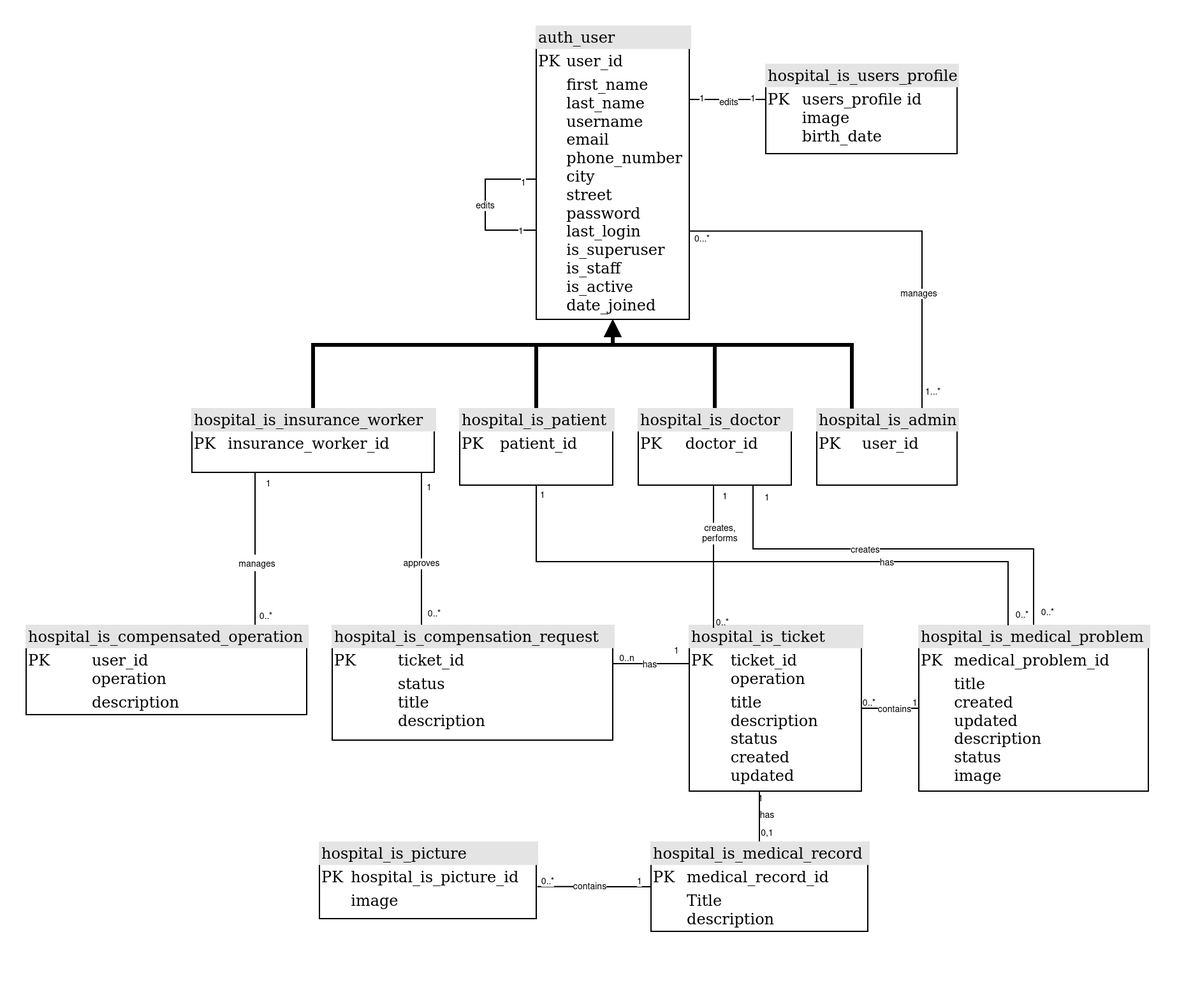
Before: docs/db.png, a diagram exported from draw.io (adosix/hospital-information-system). Source tidied: cells renumbered, new cells last; positions are measured from the earlier drawing's top-left corner, leaving out a move shared by most shapes.
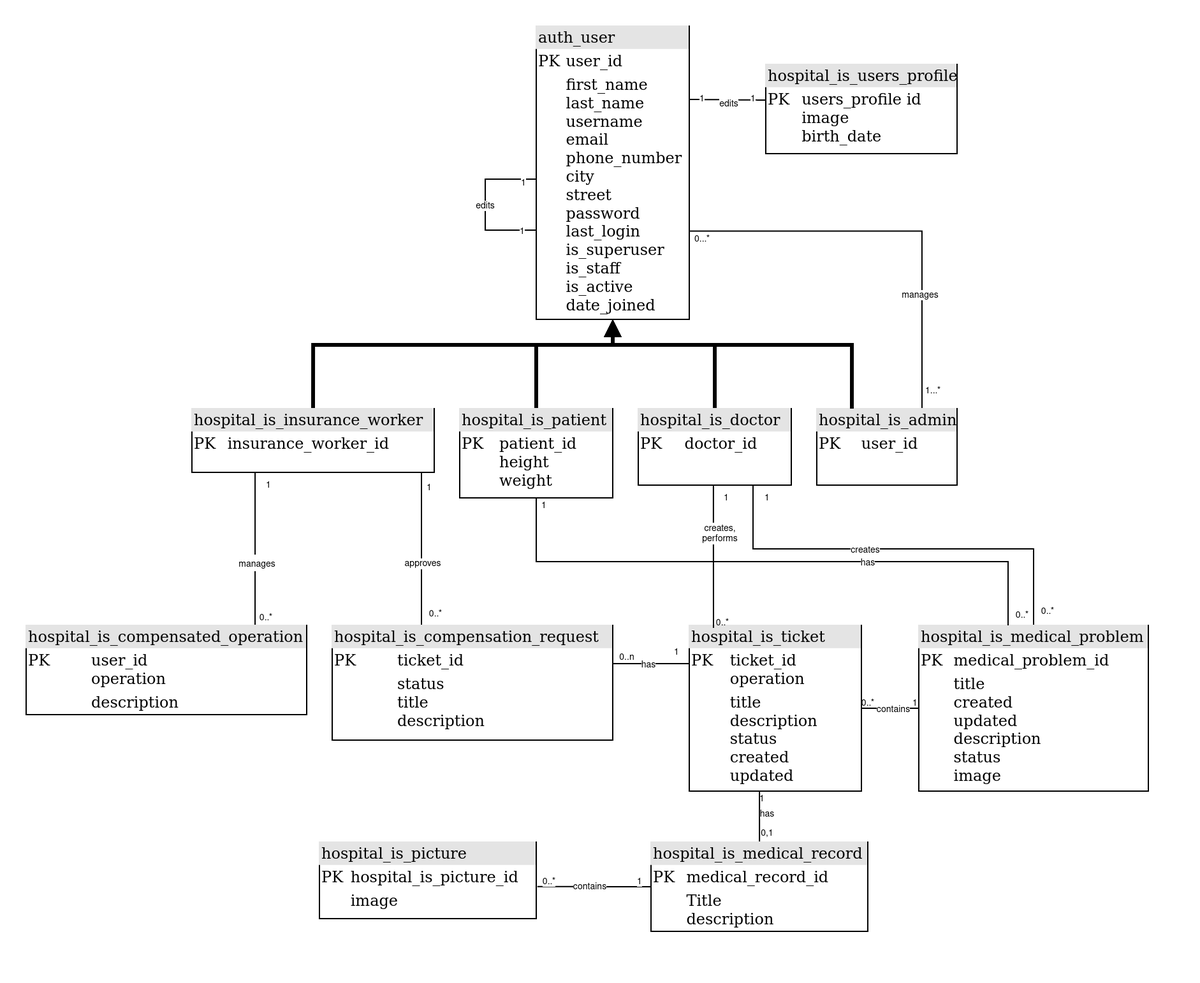
After the change.

Change to the diagram source:
```diff
@@ -267,7 +267,7 @@
     </mxCell>
     <mxCell id="51" value="has" style="edgeLabel;html=1;align=center;verticalAlign=middle;fontSize=7;" parent="50" vertex="1">
       <mxGeometry x="-0.16" y="1" relative="1" as="geometry">
-        <mxPoint x="133.5" y="1" as="offset" />
+        <mxPoint x="113.3" y="1" as="offset" />
       </mxGeometry>
     </mxCell>
     <mxCell id="52" value="1" style="edgeLabel;html=1;align=center;verticalAlign=middle;fontSize=7;" parent="50" vertex="1">
@@ -280,8 +280,8 @@
         <mxPoint x="10" y="7" as="offset" />
       </mxGeometry>
     </mxCell>
-    <mxCell id="54" value="&lt;div style=&quot;box-sizing: border-box ; width: 100% ; background: #e4e4e4 ; padding: 2px&quot;&gt;hospital_is_patient&lt;/div&gt;&lt;table style=&quot;width: 100% ; font-size: 1em&quot; cellspacing=&quot;0&quot; cellpadding=&quot;2&quot;&gt;&lt;tbody&gt;&lt;tr&gt;&lt;td&gt;PK&lt;br&gt;&lt;/td&gt;&lt;td&gt;patient_id&lt;br&gt;&lt;/td&gt;&lt;/tr&gt;&lt;tr&gt;&lt;td&gt;&lt;br&gt;&lt;/td&gt;&lt;td&gt;&lt;br&gt;&lt;br&gt;&lt;br&gt;&lt;/td&gt;&lt;/tr&gt;&lt;tr&gt;&lt;td&gt;&lt;br&gt;&lt;/td&gt;&lt;td&gt;&lt;br&gt;&lt;/td&gt;&lt;/tr&gt;&lt;/tbody&gt;&lt;/table&gt;" style="verticalAlign=top;align=left;overflow=fill;html=1;rounded=0;shadow=0;comic=0;labelBackgroundColor=none;strokeWidth=1;fontFamily=Verdana;fontSize=12;" parent="1" vertex="1">
-      <mxGeometry x="360" y="320" width="120" height="60" as="geometry" />
+    <mxCell id="54" value="&lt;div style=&quot;box-sizing: border-box ; width: 100% ; background: #e4e4e4 ; padding: 2px&quot;&gt;hospital_is_patient&lt;/div&gt;&lt;table style=&quot;width: 100% ; font-size: 1em&quot; cellspacing=&quot;0&quot; cellpadding=&quot;2&quot;&gt;&lt;tbody&gt;&lt;tr&gt;&lt;td&gt;PK&lt;br&gt;&lt;br&gt;&lt;br&gt;&lt;/td&gt;&lt;td&gt;patient_id&lt;br&gt;height&lt;br&gt;weight&lt;br&gt;&lt;/td&gt;&lt;/tr&gt;&lt;tr&gt;&lt;td&gt;&lt;br&gt;&lt;/td&gt;&lt;td&gt;&lt;br&gt;&lt;br&gt;&lt;br&gt;&lt;/td&gt;&lt;/tr&gt;&lt;tr&gt;&lt;td&gt;&lt;br&gt;&lt;/td&gt;&lt;td&gt;&lt;br&gt;&lt;/td&gt;&lt;/tr&gt;&lt;/tbody&gt;&lt;/table&gt;" style="verticalAlign=top;align=left;overflow=fill;html=1;rounded=0;shadow=0;comic=0;labelBackgroundColor=none;strokeWidth=1;fontFamily=Verdana;fontSize=12;" parent="1" vertex="1">
+      <mxGeometry x="360" y="320" width="120" height="70" as="geometry" />
     </mxCell>
     <mxCell id="55" value="creates,&lt;br&gt;performs" style="edgeLabel;html=1;align=center;verticalAlign=middle;fontSize=7;" parent="1" vertex="1">
       <mxGeometry x="570" y="420" as="geometry">
```
